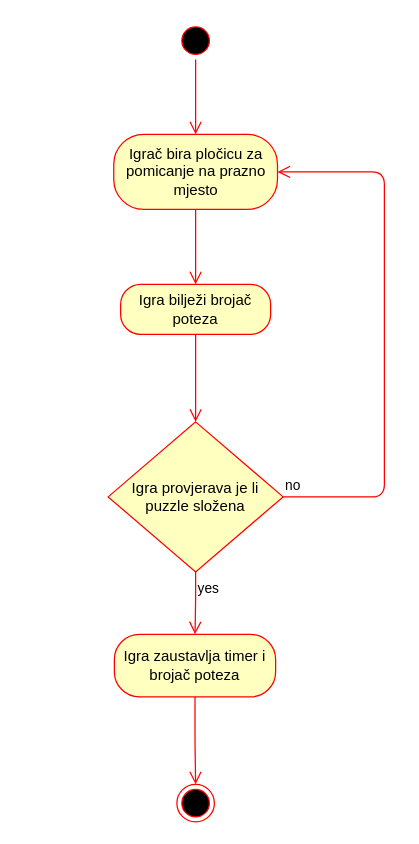
This is page "Activity Pomicanje pločica" (4 of 7) of dijagram.drawio from mmravak/Sliding-puzzle, a draw.io file, before an edit. Source tidied: cells renumbered, new cells numbered last; positions are measured from the earlier drawing's top-left corner, leaving out a move shared by most shapes. Both pictures are drawn from the tidied source at 125%, with x=0, y=0 at pixel (108, 21).
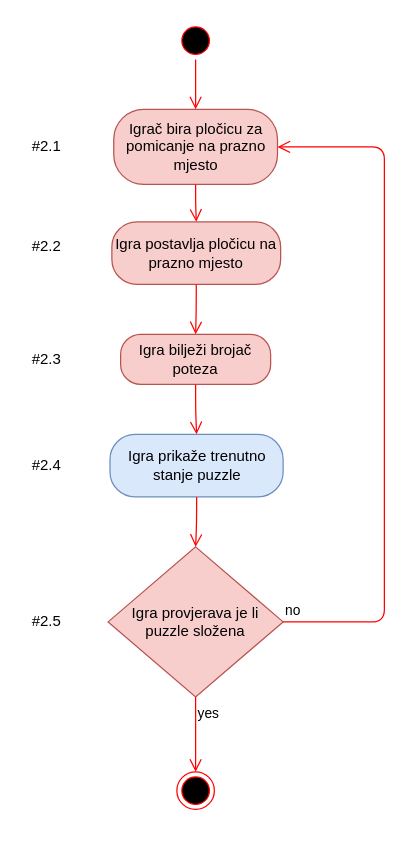
The same diagram, later.

What changed in the source:
```diff
@@
     <mxCell id="4" style="ellipse;html=1;shape=endState;fillColor=#000000;strokeColor=#ff0000;" parent="1" vertex="1">
-      <mxGeometry x="55" y="610" width="30" height="30" as="geometry" />
+      <mxGeometry x="55" y="600" width="30" height="30" as="geometry" />
     </mxCell>
-    <mxCell id="5" value="Igrač bira pločicu za pomicanje na prazno mjesto" style="rounded=1;whiteSpace=wrap;html=1;arcSize=40;fontColor=#000000;fillColor=#ffffc0;strokeColor=#ff0000;" parent="1" vertex="1">
-      <mxGeometry x="4.5" y="90" width="131" height="60" as="geometry" />
+    <mxCell id="5" value="Igrač bira pločicu za pomicanje na prazno mjesto" style="rounded=1;whiteSpace=wrap;html=1;arcSize=40;fillColor=#f8cecc;strokeColor=#b85450;" parent="1" vertex="1">
+      <mxGeometry x="4.5" y="70" width="131" height="60" as="geometry" />
     </mxCell>
-    <mxCell id="6" style="edgeStyle=orthogonalEdgeStyle;html=1;verticalAlign=bottom;endArrow=open;endSize=8;strokeColor=#ff0000;entryX=0.5;entryY=0;entryDx=0;entryDy=0;" parent="1" edge="1" source="5" target="7">
+    <mxCell id="6" style="edgeStyle=orthogonalEdgeStyle;html=1;verticalAlign=bottom;endArrow=open;endSize=8;strokeColor=#ff0000;entryX=0.5;entryY=0;entryDx=0;entryDy=0;" parent="1" edge="1" source="5" target="14">
       <mxGeometry relative="1" as="geometry" />
     </mxCell>
-    <mxCell id="7" value="Igra bilježi brojač poteza" style="rounded=1;whiteSpace=wrap;html=1;arcSize=40;fontColor=#000000;fillColor=#ffffc0;strokeColor=#ff0000;" parent="1" vertex="1">
-      <mxGeometry x="10" y="210" width="120" height="40" as="geometry" />
+    <mxCell id="7" value="Igra bilježi brojač poteza" style="rounded=1;whiteSpace=wrap;html=1;arcSize=40;fillColor=#f8cecc;strokeColor=#b85450;" parent="1" vertex="1">
+      <mxGeometry x="10" y="250" width="120" height="40" as="geometry" />
     </mxCell>
-    <mxCell id="8" style="edgeStyle=orthogonalEdgeStyle;html=1;verticalAlign=bottom;endArrow=open;endSize=8;strokeColor=#ff0000;entryX=0.5;entryY=0;entryDx=0;entryDy=0;" parent="1" edge="1" source="7" target="9">
+    <mxCell id="8" style="edgeStyle=orthogonalEdgeStyle;html=1;verticalAlign=bottom;endArrow=open;endSize=8;strokeColor=#ff0000;entryX=0.5;entryY=0;entryDx=0;entryDy=0;" parent="1" edge="1" source="7" target="16">
       <mxGeometry relative="1" as="geometry" />
     </mxCell>
-    <mxCell id="9" value="Igra provjerava je li puzzle složena" style="rhombus;whiteSpace=wrap;html=1;fillColor=#ffffc0;strokeColor=#ff0000;" parent="1" vertex="1">
-      <mxGeometry y="320" width="140" height="120" as="geometry" />
+    <mxCell id="9" value="Igra provjerava je li puzzle složena" style="rhombus;whiteSpace=wrap;html=1;fillColor=#f8cecc;strokeColor=#b85450;" parent="1" vertex="1">
+      <mxGeometry y="420" width="140" height="120" as="geometry" />
     </mxCell>
     <mxCell id="10" value="no" style="edgeStyle=orthogonalEdgeStyle;html=1;align=left;verticalAlign=bottom;endArrow=open;endSize=8;strokeColor=#ff0000;entryX=1;entryY=0.5;entryDx=0;entryDy=0;" parent="1" edge="1" source="9" target="5">
       <mxGeometry x="-1" relative="1" as="geometry">
         <Array as="points">
-          <mxPoint x="221" y="380" />
-          <mxPoint x="221" y="120" />
+          <mxPoint x="221" y="480" />
+          <mxPoint x="221" y="100" />
         </Array>
       </mxGeometry>
     </mxCell>
-    <mxCell id="11" value="yes" style="edgeStyle=orthogonalEdgeStyle;html=1;align=left;verticalAlign=top;endArrow=open;endSize=8;strokeColor=#ff0000;entryX=0.5;entryY=0;entryDx=0;entryDy=0;" parent="1" edge="1" source="9" target="12">
+    <mxCell id="11" value="yes" style="edgeStyle=orthogonalEdgeStyle;html=1;align=left;verticalAlign=top;endArrow=open;endSize=8;strokeColor=#ff0000;entryX=0.5;entryY=0;entryDx=0;entryDy=0;" parent="1" edge="1" source="9" target="4">
       <mxGeometry x="-1" relative="1" as="geometry" />
     </mxCell>
-    <mxCell id="12" value="Igra zaustavlja timer i brojač poteza" style="rounded=1;whiteSpace=wrap;html=1;arcSize=40;fontColor=#000000;fillColor=#ffffc0;strokeColor=#ff0000;" parent="1" vertex="1">
-      <mxGeometry x="5" y="490" width="129" height="50" as="geometry" />
-    </mxCell>
-    <mxCell id="13" style="edgeStyle=orthogonalEdgeStyle;html=1;verticalAlign=bottom;endArrow=open;endSize=8;strokeColor=#ff0000;entryX=0.5;entryY=0;entryDx=0;entryDy=0;" parent="1" edge="1" source="12" target="4">
-      <mxGeometry relative="1" as="geometry" />
-    </mxCell>
+    <mxCell id="14" value="Igra postavlja pločicu na prazno mjesto" style="rounded=1;whiteSpace=wrap;html=1;arcSize=40;fillColor=#f8cecc;strokeColor=#b85450;" parent="1" vertex="1">
+      <mxGeometry x="3" y="160" width="135" height="50" as="geometry" />
+    </mxCell>
+    <mxCell id="15" style="edgeStyle=orthogonalEdgeStyle;html=1;verticalAlign=bottom;endArrow=open;endSize=8;strokeColor=#ff0000;entryX=0.5;entryY=0;entryDx=0;entryDy=0;" parent="1" edge="1" source="14" target="7">
+      <mxGeometry relative="1" as="geometry" />
+    </mxCell>
+    <mxCell id="16" value="Igra prikaže trenutno stanje puzzle" style="rounded=1;whiteSpace=wrap;html=1;arcSize=40;fillColor=#dae8fc;strokeColor=#6c8ebf;" parent="1" vertex="1">
+      <mxGeometry x="1.5" y="330" width="138.5" height="50" as="geometry" />
+    </mxCell>
+    <mxCell id="17" style="edgeStyle=orthogonalEdgeStyle;html=1;verticalAlign=bottom;endArrow=open;endSize=8;strokeColor=#ff0000;entryX=0.5;entryY=0;entryDx=0;entryDy=0;" parent="1" edge="1" source="16" target="9">
+      <mxGeometry relative="1" as="geometry" />
+    </mxCell>
+    <mxCell id="18" value="#2.1" style="text;html=1;strokeColor=none;fillColor=none;align=center;verticalAlign=middle;whiteSpace=wrap;rounded=0;" parent="1" vertex="1">
+      <mxGeometry x="-69" y="90" width="40" height="20" as="geometry" />
+    </mxCell>
+    <mxCell id="19" value="#2.2" style="text;html=1;strokeColor=none;fillColor=none;align=center;verticalAlign=middle;whiteSpace=wrap;rounded=0;" parent="1" vertex="1">
+      <mxGeometry x="-69" y="170" width="40" height="20" as="geometry" />
+    </mxCell>
+    <mxCell id="20" value="#2.3" style="text;html=1;strokeColor=none;fillColor=none;align=center;verticalAlign=middle;whiteSpace=wrap;rounded=0;" parent="1" vertex="1">
+      <mxGeometry x="-69" y="260" width="40" height="20" as="geometry" />
+    </mxCell>
+    <mxCell id="21" value="#2.4" style="text;html=1;strokeColor=none;fillColor=none;align=center;verticalAlign=middle;whiteSpace=wrap;rounded=0;" parent="1" vertex="1">
+      <mxGeometry x="-69" y="345" width="40" height="20" as="geometry" />
+    </mxCell>
+    <mxCell id="22" value="#2.5" style="text;html=1;strokeColor=none;fillColor=none;align=center;verticalAlign=middle;whiteSpace=wrap;rounded=0;" parent="1" vertex="1">
+      <mxGeometry x="-69" y="470" width="40" height="20" as="geometry" />
+    </mxCell>
```
